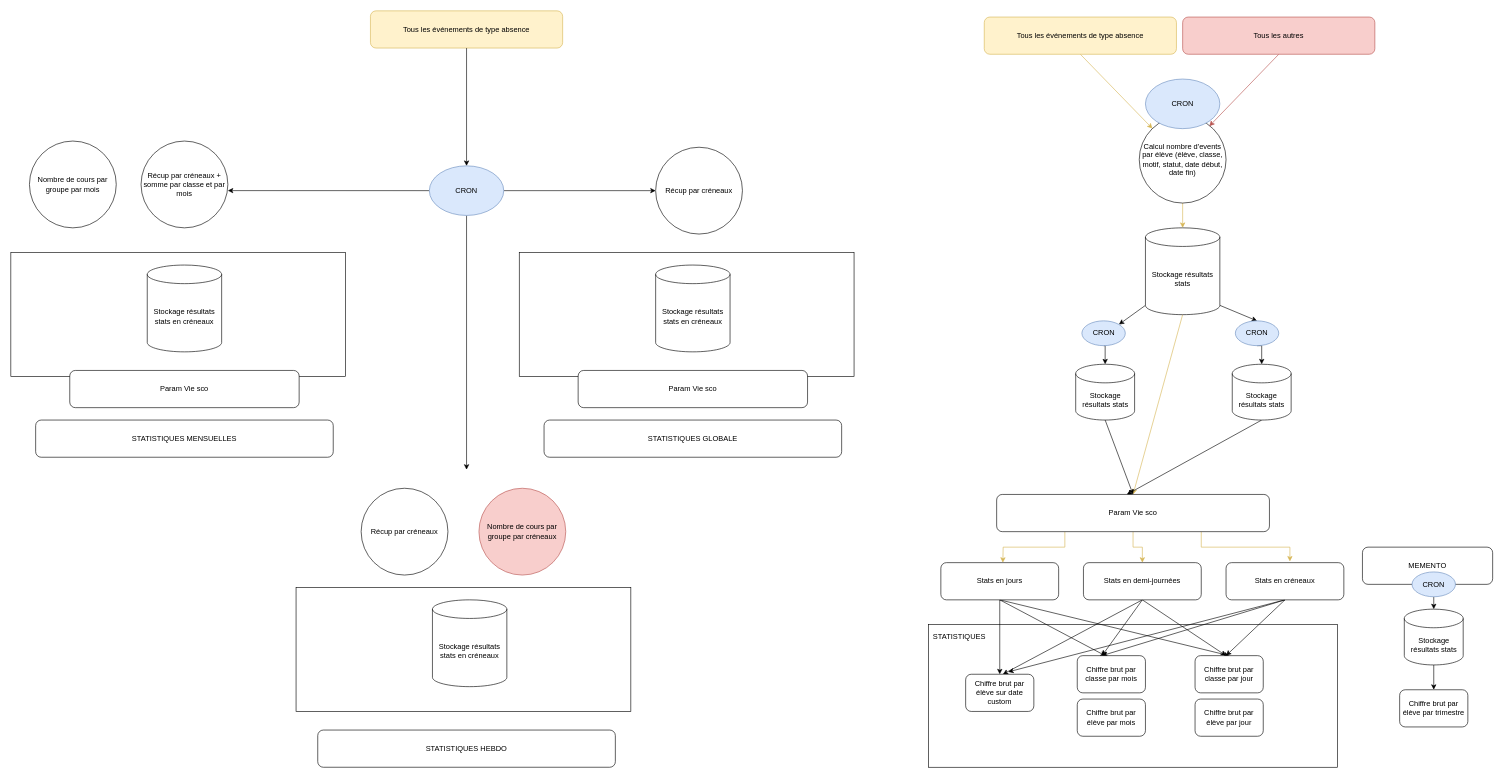
The draw.io diagram stats.drawio in sarahlachise/projects, before the edit. Source tidied: cells renumbered, new cells numbered last; positions are measured from the earlier drawing's top-left corner, leaving out a move shared by most shapes. Both pictures are drawn from the tidied source at 62%, with x=0, y=0 at pixel (11, 11).
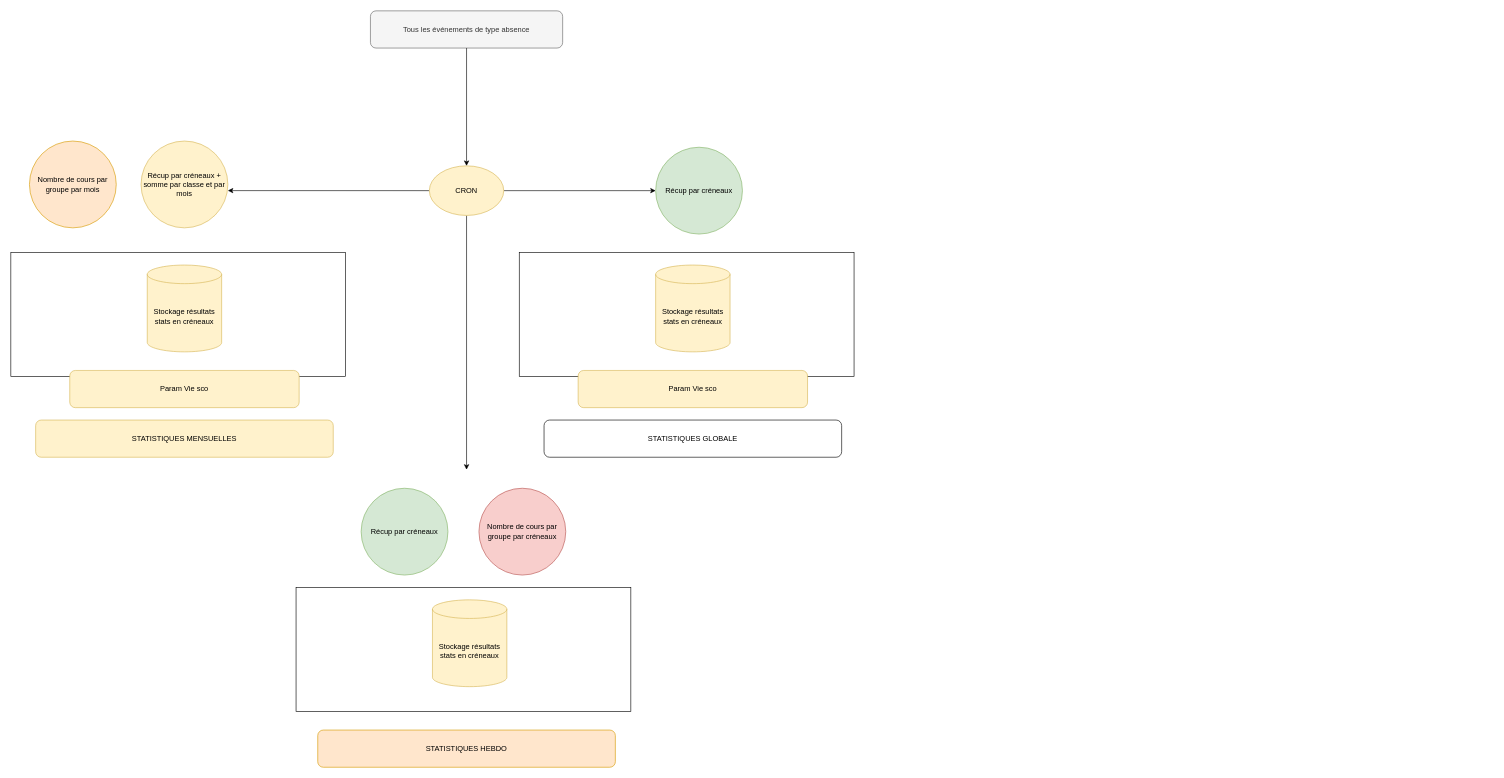
After the change.

Diff of the diagram source:
```diff
@@
-    <mxCell id="2" style="rounded=0;whiteSpace=wrap;html=1;" parent="1" vertex="1">
-      <mxGeometry x="1480" y="990" width="660" height="230" as="geometry" />
-    </mxCell>
-    <mxCell id="3" style="edgeStyle=none;rounded=0;jettySize=auto;html=1;exitX=0.5;exitY=1;exitDx=0;exitDy=0;entryX=0.5;entryY=0;entryDx=0;entryDy=0;entryPerimeter=0;fillColor=#fff2cc;strokeColor=#d6b656;" parent="1" edge="1" source="4" target="17">
-      <mxGeometry relative="1" as="geometry" />
-    </mxCell>
-    <mxCell id="4" value="Calcul nombre d'events par élève (élève, classe, motif, statut, date début, date fin)" style="ellipse;whiteSpace=wrap;html=1;" parent="1" vertex="1">
-      <mxGeometry x="1820" y="170" width="140" height="140" as="geometry" />
-    </mxCell>
-    <mxCell id="5" style="rounded=0;jettySize=auto;html=1;exitX=0.5;exitY=1;exitDx=0;exitDy=0;fillColor=#fff2cc;strokeColor=#d6b656;" parent="1" edge="1" source="6" target="4">
-      <mxGeometry relative="1" as="geometry" />
-    </mxCell>
-    <mxCell id="6" value="Tous les événements de type absence" style="rounded=1;whiteSpace=wrap;html=1;fillColor=#fff2cc;strokeColor=#d6b656;" parent="1" vertex="1">
-      <mxGeometry x="1570" y="10" width="310" height="60" as="geometry" />
-    </mxCell>
-    <mxCell id="7" style="edgeStyle=none;rounded=0;jettySize=auto;html=1;exitX=0.5;exitY=1;exitDx=0;exitDy=0;entryX=0.807;entryY=0.114;entryDx=0;entryDy=0;entryPerimeter=0;fillColor=#f8cecc;strokeColor=#b85450;" parent="1" edge="1" source="8" target="4">
-      <mxGeometry relative="1" as="geometry" />
-    </mxCell>
-    <mxCell id="8" value="Tous les autres" style="rounded=1;whiteSpace=wrap;html=1;fillColor=#f8cecc;strokeColor=#b85450;" parent="1" vertex="1">
-      <mxGeometry x="1890" y="10" width="310" height="60" as="geometry" />
-    </mxCell>
-    <mxCell id="9" value="MEMENTO" style="rounded=1;whiteSpace=wrap;html=1;" parent="1" vertex="1">
-      <mxGeometry x="2180" y="865" width="210" height="60" as="geometry" />
-    </mxCell>
-    <mxCell id="10" style="edgeStyle=orthogonalEdgeStyle;rounded=0;jettySize=auto;html=1;exitX=0.25;exitY=1;exitDx=0;exitDy=0;entryX=0.579;entryY=0;entryDx=0;entryDy=0;entryPerimeter=0;fillColor=#fff2cc;strokeColor=#d6b656;" parent="1" edge="1" source="13">
-      <mxGeometry relative="1" as="geometry">
-        <mxPoint x="1600" y="890" as="targetPoint" />
-      </mxGeometry>
-    </mxCell>
-    <mxCell id="11" style="edgeStyle=orthogonalEdgeStyle;rounded=0;jettySize=auto;html=1;exitX=0.5;exitY=1;exitDx=0;exitDy=0;fillColor=#fff2cc;strokeColor=#d6b656;" parent="1" edge="1" source="13" target="25">
-      <mxGeometry relative="1" as="geometry" />
-    </mxCell>
-    <mxCell id="12" style="edgeStyle=orthogonalEdgeStyle;rounded=0;jettySize=auto;html=1;exitX=0.75;exitY=1;exitDx=0;exitDy=0;entryX=0.542;entryY=-0.033;entryDx=0;entryDy=0;entryPerimeter=0;fillColor=#fff2cc;strokeColor=#d6b656;" parent="1" edge="1" source="13" target="29">
-      <mxGeometry relative="1" as="geometry" />
-    </mxCell>
-    <mxCell id="13" value="Param Vie sco" style="rounded=1;whiteSpace=wrap;html=1;" parent="1" vertex="1">
-      <mxGeometry x="1590" y="780" width="440" height="60" as="geometry" />
-    </mxCell>
-    <mxCell id="14" style="edgeStyle=none;rounded=0;jettySize=auto;html=1;exitX=0.5;exitY=1;exitDx=0;exitDy=0;exitPerimeter=0;fillColor=#fff2cc;strokeColor=#d6b656;entryX=0.5;entryY=0;entryDx=0;entryDy=0;" parent="1" edge="1" source="17" target="13">
-      <mxGeometry relative="1" as="geometry" />
-    </mxCell>
-    <mxCell id="15" style="edgeStyle=none;rounded=0;jettySize=auto;html=1;exitX=0;exitY=1;exitDx=0;exitDy=-15;exitPerimeter=0;entryX=1;entryY=0;entryDx=0;entryDy=0;" parent="1" edge="1" source="17" target="37">
-      <mxGeometry relative="1" as="geometry" />
-    </mxCell>
-    <mxCell id="16" style="edgeStyle=none;rounded=0;jettySize=auto;html=1;exitX=1;exitY=1;exitDx=0;exitDy=-15;exitPerimeter=0;entryX=0.5;entryY=0;entryDx=0;entryDy=0;" parent="1" edge="1" source="17" target="39">
-      <mxGeometry relative="1" as="geometry" />
-    </mxCell>
-    <mxCell id="17" value="Stockage résultats stats" style="shape=cylinder3;whiteSpace=wrap;html=1;boundedLbl=1;backgroundOutline=1;size=15;" parent="1" vertex="1">
-      <mxGeometry x="1830" y="350" width="120" height="140" as="geometry" />
-    </mxCell>
-    <mxCell id="18" style="edgeStyle=none;rounded=0;jettySize=auto;html=1;exitX=0.5;exitY=1;exitDx=0;exitDy=0;" parent="1" edge="1" source="21" target="30">
-      <mxGeometry relative="1" as="geometry" />
-    </mxCell>
-    <mxCell id="19" style="edgeStyle=none;rounded=0;jettySize=auto;html=1;exitX=0.5;exitY=1;exitDx=0;exitDy=0;entryX=0.417;entryY=0.007;entryDx=0;entryDy=0;entryPerimeter=0;" parent="1" edge="1" source="21" target="31">
-      <mxGeometry relative="1" as="geometry" />
-    </mxCell>
-    <mxCell id="20" style="edgeStyle=none;rounded=0;jettySize=auto;html=1;exitX=0.5;exitY=1;exitDx=0;exitDy=0;entryX=0.5;entryY=0;entryDx=0;entryDy=0;" parent="1" edge="1" source="21" target="33">
-      <mxGeometry relative="1" as="geometry" />
-    </mxCell>
-    <mxCell id="21" value="Stats en jours" style="rounded=1;whiteSpace=wrap;html=1;" parent="1" vertex="1">
-      <mxGeometry x="1500" y="890" width="190" height="60" as="geometry" />
-    </mxCell>
-    <mxCell id="22" style="edgeStyle=none;rounded=0;jettySize=auto;html=1;exitX=0.5;exitY=1;exitDx=0;exitDy=0;" parent="1" edge="1" source="25">
-      <mxGeometry relative="1" as="geometry">
-        <mxPoint x="1600" y="1070" as="targetPoint" />
-      </mxGeometry>
-    </mxCell>
-    <mxCell id="23" style="edgeStyle=none;rounded=0;jettySize=auto;html=1;exitX=0.5;exitY=1;exitDx=0;exitDy=0;" parent="1" edge="1" source="25">
-      <mxGeometry relative="1" as="geometry">
-        <mxPoint x="1760" y="1040" as="targetPoint" />
-      </mxGeometry>
-    </mxCell>
-    <mxCell id="24" style="edgeStyle=none;rounded=0;jettySize=auto;html=1;exitX=0.5;exitY=1;exitDx=0;exitDy=0;" parent="1" edge="1" source="25">
-      <mxGeometry relative="1" as="geometry">
-        <mxPoint x="1960" y="1040" as="targetPoint" />
-      </mxGeometry>
-    </mxCell>
-    <mxCell id="25" value="Stats en demi-journées" style="rounded=1;whiteSpace=wrap;html=1;" parent="1" vertex="1">
-      <mxGeometry x="1730" y="890" width="190" height="60" as="geometry" />
-    </mxCell>
-    <mxCell id="26" style="edgeStyle=none;rounded=0;jettySize=auto;html=1;exitX=0.5;exitY=1;exitDx=0;exitDy=0;entryX=0.625;entryY=-0.064;entryDx=0;entryDy=0;entryPerimeter=0;" parent="1" edge="1" source="29" target="30">
-      <mxGeometry relative="1" as="geometry" />
-    </mxCell>
-    <mxCell id="27" style="edgeStyle=none;rounded=0;jettySize=auto;html=1;exitX=0.5;exitY=1;exitDx=0;exitDy=0;" parent="1" edge="1" source="29">
-      <mxGeometry relative="1" as="geometry">
-        <mxPoint x="1760" y="1040" as="targetPoint" />
-      </mxGeometry>
-    </mxCell>
-    <mxCell id="28" style="edgeStyle=none;rounded=0;jettySize=auto;html=1;exitX=0.5;exitY=1;exitDx=0;exitDy=0;" parent="1" edge="1" source="29">
-      <mxGeometry relative="1" as="geometry">
-        <mxPoint x="1960" y="1040" as="targetPoint" />
-      </mxGeometry>
-    </mxCell>
-    <mxCell id="29" value="Stats en créneaux" style="rounded=1;whiteSpace=wrap;html=1;" parent="1" vertex="1">
-      <mxGeometry x="1960" y="890" width="190" height="60" as="geometry" />
-    </mxCell>
-    <mxCell id="30" value="Chiffre brut par élève sur date custom" style="rounded=1;whiteSpace=wrap;html=1;" parent="1" vertex="1">
-      <mxGeometry x="1540" y="1070" width="110" height="60" as="geometry" />
-    </mxCell>
-    <mxCell id="31" value="Chiffre brut par classe par mois" style="rounded=1;whiteSpace=wrap;html=1;" parent="1" vertex="1">
-      <mxGeometry x="1720" y="1040" width="110" height="60" as="geometry" />
-    </mxCell>
-    <mxCell id="32" value="Chiffre brut par élève par mois" style="rounded=1;whiteSpace=wrap;html=1;" parent="1" vertex="1">
-      <mxGeometry x="1720" y="1110" width="110" height="60" as="geometry" />
-    </mxCell>
-    <mxCell id="33" value="Chiffre brut par classe par jour" style="rounded=1;whiteSpace=wrap;html=1;" parent="1" vertex="1">
-      <mxGeometry x="1910" y="1040" width="110" height="60" as="geometry" />
-    </mxCell>
-    <mxCell id="34" value="Chiffre brut par élève par jour" style="rounded=1;whiteSpace=wrap;html=1;" parent="1" vertex="1">
-      <mxGeometry x="1910" y="1110" width="110" height="60" as="geometry" />
-    </mxCell>
-    <mxCell id="35" value="CRON" style="ellipse;whiteSpace=wrap;html=1;fillColor=#dae8fc;strokeColor=#6c8ebf;" parent="1" vertex="1">
-      <mxGeometry x="1830" y="110" width="120" height="80" as="geometry" />
-    </mxCell>
-    <mxCell id="36" style="edgeStyle=orthogonalEdgeStyle;rounded=0;jettySize=auto;html=1;exitX=0.5;exitY=1;exitDx=0;exitDy=0;entryX=0.5;entryY=0;entryDx=0;entryDy=0;entryPerimeter=0;" parent="1" edge="1" source="37" target="41">
-      <mxGeometry relative="1" as="geometry" />
-    </mxCell>
-    <mxCell id="37" value="CRON" style="ellipse;whiteSpace=wrap;html=1;fillColor=#dae8fc;strokeColor=#6c8ebf;" parent="1" vertex="1">
-      <mxGeometry x="1727.5" y="500" width="70" height="40" as="geometry" />
-    </mxCell>
-    <mxCell id="38" style="edgeStyle=orthogonalEdgeStyle;rounded=0;jettySize=auto;html=1;exitX=0.5;exitY=1;exitDx=0;exitDy=0;entryX=0.5;entryY=0;entryDx=0;entryDy=0;entryPerimeter=0;" parent="1" edge="1" source="39" target="43">
-      <mxGeometry relative="1" as="geometry" />
-    </mxCell>
-    <mxCell id="39" value="CRON" style="ellipse;whiteSpace=wrap;html=1;fillColor=#dae8fc;strokeColor=#6c8ebf;" parent="1" vertex="1">
-      <mxGeometry x="1975" y="500" width="70" height="40" as="geometry" />
-    </mxCell>
-    <mxCell id="40" style="edgeStyle=none;rounded=0;jettySize=auto;html=1;exitX=0.5;exitY=1;exitDx=0;exitDy=0;exitPerimeter=0;entryX=0.5;entryY=0;entryDx=0;entryDy=0;" parent="1" edge="1" source="41" target="13">
-      <mxGeometry relative="1" as="geometry" />
-    </mxCell>
-    <mxCell id="41" value="Stockage résultats stats" style="shape=cylinder3;whiteSpace=wrap;html=1;boundedLbl=1;backgroundOutline=1;size=15;" parent="1" vertex="1">
-      <mxGeometry x="1717.5" y="570" width="95" height="90" as="geometry" />
-    </mxCell>
-    <mxCell id="42" style="edgeStyle=none;rounded=0;jettySize=auto;html=1;exitX=0.5;exitY=1;exitDx=0;exitDy=0;exitPerimeter=0;" parent="1" edge="1" source="43">
-      <mxGeometry relative="1" as="geometry">
-        <mxPoint x="1800" y="780" as="targetPoint" />
-      </mxGeometry>
-    </mxCell>
-    <mxCell id="43" value="Stockage résultats stats" style="shape=cylinder3;whiteSpace=wrap;html=1;boundedLbl=1;backgroundOutline=1;size=15;" parent="1" vertex="1">
-      <mxGeometry x="1970" y="570" width="95" height="90" as="geometry" />
-    </mxCell>
-    <mxCell id="44" style="edgeStyle=orthogonalEdgeStyle;rounded=0;jettySize=auto;html=1;exitX=0.5;exitY=1;exitDx=0;exitDy=0;entryX=0.5;entryY=0;entryDx=0;entryDy=0;entryPerimeter=0;" parent="1" edge="1" source="45" target="47">
-      <mxGeometry relative="1" as="geometry" />
-    </mxCell>
-    <mxCell id="45" value="CRON" style="ellipse;whiteSpace=wrap;html=1;fillColor=#dae8fc;strokeColor=#6c8ebf;" parent="1" vertex="1">
-      <mxGeometry x="2260" y="905" width="70" height="40" as="geometry" />
-    </mxCell>
-    <mxCell id="46" style="edgeStyle=orthogonalEdgeStyle;rounded=0;jettySize=auto;html=1;exitX=0.5;exitY=1;exitDx=0;exitDy=0;exitPerimeter=0;entryX=0.5;entryY=0;entryDx=0;entryDy=0;" parent="1" edge="1" source="47" target="48">
-      <mxGeometry relative="1" as="geometry" />
-    </mxCell>
-    <mxCell id="47" value="Stockage résultats stats" style="shape=cylinder3;whiteSpace=wrap;html=1;boundedLbl=1;backgroundOutline=1;size=15;" parent="1" vertex="1">
-      <mxGeometry x="2247.5" y="965" width="95" height="90" as="geometry" />
-    </mxCell>
-    <mxCell id="48" value="Chiffre brut par élève par trimestre" style="rounded=1;whiteSpace=wrap;html=1;" parent="1" vertex="1">
-      <mxGeometry x="2240" y="1095" width="110" height="60" as="geometry" />
-    </mxCell>
-    <mxCell id="49" value="Tous les événements de type absence" style="rounded=1;whiteSpace=wrap;html=1;fillColor=#fff2cc;strokeColor=#d6b656;" parent="1" vertex="1">
+    <mxCell id="49" value="Tous les événements de type absence" style="rounded=1;whiteSpace=wrap;html=1;fillColor=#f5f5f5;strokeColor=#666666;fontColor=#333333;" parent="1" vertex="1">
       <mxGeometry x="580" width="310" height="60" as="geometry" />
     </mxCell>
@@
-    <mxCell id="53" value="CRON" style="ellipse;whiteSpace=wrap;html=1;fillColor=#dae8fc;strokeColor=#6c8ebf;" parent="1" vertex="1">
+    <mxCell id="53" value="CRON" style="ellipse;whiteSpace=wrap;html=1;fillColor=#fff2cc;strokeColor=#d6b656;" parent="1" vertex="1">
       <mxGeometry x="675" y="250" width="120" height="80" as="geometry" />
     </mxCell>
@@
-    <mxCell id="56" value="Récup par créneaux + somme par classe et par mois" style="ellipse;whiteSpace=wrap;html=1;direction=south;" parent="1" vertex="1">
+    <mxCell id="56" value="Récup par créneaux + somme par classe et par mois" style="ellipse;whiteSpace=wrap;html=1;direction=south;fillColor=#fff2cc;strokeColor=#d6b656;" parent="1" vertex="1">
       <mxGeometry x="210" y="210" width="140" height="140" as="geometry" />
     </mxCell>
-    <mxCell id="57" value="Stockage résultats stats en créneaux" style="shape=cylinder3;whiteSpace=wrap;html=1;boundedLbl=1;backgroundOutline=1;size=15;" parent="1" vertex="1">
+    <mxCell id="57" value="Stockage résultats stats en créneaux" style="shape=cylinder3;whiteSpace=wrap;html=1;boundedLbl=1;backgroundOutline=1;size=15;fillColor=#fff2cc;strokeColor=#d6b656;" parent="1" vertex="1">
       <mxGeometry x="220" y="410" width="120" height="140" as="geometry" />
     </mxCell>
-    <mxCell id="58" value="STATISTIQUES MENSUELLES" style="rounded=1;whiteSpace=wrap;html=1;" parent="1" vertex="1">
+    <mxCell id="58" value="STATISTIQUES MENSUELLES" style="rounded=1;whiteSpace=wrap;html=1;fillColor=#fff2cc;strokeColor=#d6b656;" parent="1" vertex="1">
       <mxGeometry x="40" y="660" width="480" height="60" as="geometry" />
     </mxCell>
-    <mxCell id="59" value="STATISTIQUES" style="text;html=1;strokeColor=none;fillColor=none;align=center;verticalAlign=middle;whiteSpace=wrap;rounded=0;" parent="1" vertex="1">
-      <mxGeometry x="1510" y="1000" width="40" height="20" as="geometry" />
-    </mxCell>
-    <mxCell id="60" value="Param Vie sco" style="rounded=1;whiteSpace=wrap;html=1;" parent="1" vertex="1">
+    <mxCell id="60" value="Param Vie sco" style="rounded=1;whiteSpace=wrap;html=1;fillColor=#fff2cc;strokeColor=#d6b656;" parent="1" vertex="1">
       <mxGeometry x="95" y="580" width="370" height="60" as="geometry" />
     </mxCell>
@@
-    <mxCell id="62" value="Récup par créneaux" style="ellipse;whiteSpace=wrap;html=1;direction=south;" parent="1" vertex="1">
+    <mxCell id="62" value="Récup par créneaux" style="ellipse;whiteSpace=wrap;html=1;direction=south;fillColor=#d5e8d4;strokeColor=#82b366;" parent="1" vertex="1">
       <mxGeometry x="1040" y="220" width="140" height="140" as="geometry" />
     </mxCell>
-    <mxCell id="63" value="Stockage résultats stats en créneaux" style="shape=cylinder3;whiteSpace=wrap;html=1;boundedLbl=1;backgroundOutline=1;size=15;" parent="1" vertex="1">
+    <mxCell id="63" value="Stockage résultats stats en créneaux" style="shape=cylinder3;whiteSpace=wrap;html=1;boundedLbl=1;backgroundOutline=1;size=15;fillColor=#fff2cc;strokeColor=#d6b656;" parent="1" vertex="1">
       <mxGeometry x="1040" y="410" width="120" height="140" as="geometry" />
     </mxCell>
@@
-    <mxCell id="65" value="Param Vie sco" style="rounded=1;whiteSpace=wrap;html=1;" parent="1" vertex="1">
+    <mxCell id="65" value="Param Vie sco" style="rounded=1;whiteSpace=wrap;html=1;fillColor=#fff2cc;strokeColor=#d6b656;" parent="1" vertex="1">
       <mxGeometry x="915" y="580" width="370" height="60" as="geometry" />
     </mxCell>
@@
-    <mxCell id="67" value="Récup par créneaux" style="ellipse;whiteSpace=wrap;html=1;direction=south;" parent="1" vertex="1">
+    <mxCell id="67" value="Récup par créneaux" style="ellipse;whiteSpace=wrap;html=1;direction=south;fillColor=#d5e8d4;strokeColor=#82b366;" parent="1" vertex="1">
       <mxGeometry x="565" y="770" width="140" height="140" as="geometry" />
     </mxCell>
-    <mxCell id="68" value="Stockage résultats stats en créneaux" style="shape=cylinder3;whiteSpace=wrap;html=1;boundedLbl=1;backgroundOutline=1;size=15;" parent="1" vertex="1">
+    <mxCell id="68" value="Stockage résultats stats en créneaux" style="shape=cylinder3;whiteSpace=wrap;html=1;boundedLbl=1;backgroundOutline=1;size=15;fillColor=#fff2cc;strokeColor=#d6b656;" parent="1" vertex="1">
       <mxGeometry x="680" y="950" width="120" height="140" as="geometry" />
     </mxCell>
-    <mxCell id="69" value="STATISTIQUES HEBDO" style="rounded=1;whiteSpace=wrap;html=1;" parent="1" vertex="1">
+    <mxCell id="69" value="STATISTIQUES HEBDO" style="rounded=1;whiteSpace=wrap;html=1;fillColor=#ffe6cc;strokeColor=#d79b00;" parent="1" vertex="1">
       <mxGeometry x="495" y="1160" width="480" height="60" as="geometry" />
     </mxCell>
-    <mxCell id="70" value="Nombre de cours par groupe par mois" style="ellipse;whiteSpace=wrap;html=1;direction=south;" parent="1" vertex="1">
+    <mxCell id="70" value="Nombre de cours par groupe par mois" style="ellipse;whiteSpace=wrap;html=1;direction=south;fillColor=#ffe6cc;strokeColor=#d79b00;" parent="1" vertex="1">
       <mxGeometry x="30" y="210" width="140" height="140" as="geometry" />
     </mxCell>
```
